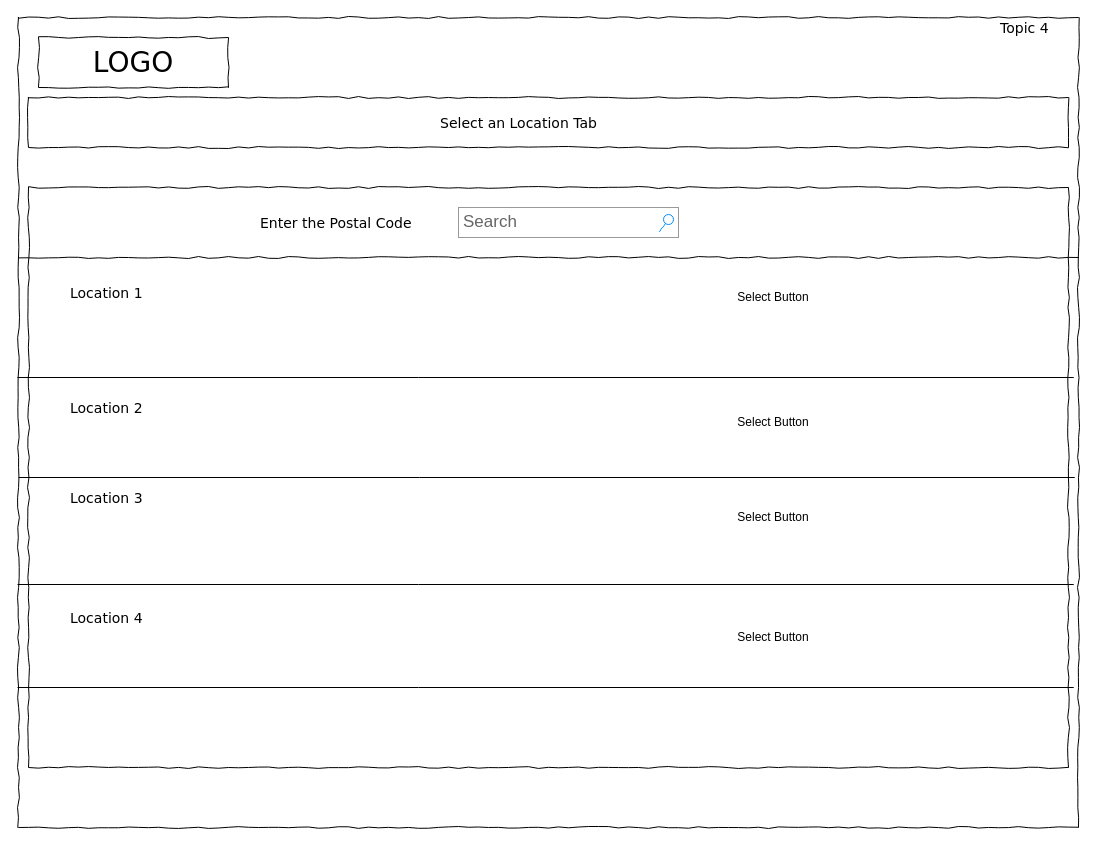
Earlier version of the draw.io diagram Select an Location.drawio (Janani-Manoharan/CovidDots). Source tidied: cells renumbered, new cells numbered last; positions are measured from the earlier drawing's top-left corner, leaving out a move shared by most shapes. Both pictures are drawn from the tidied source at 100%, with x=0, y=0 at pixel (17, 17).
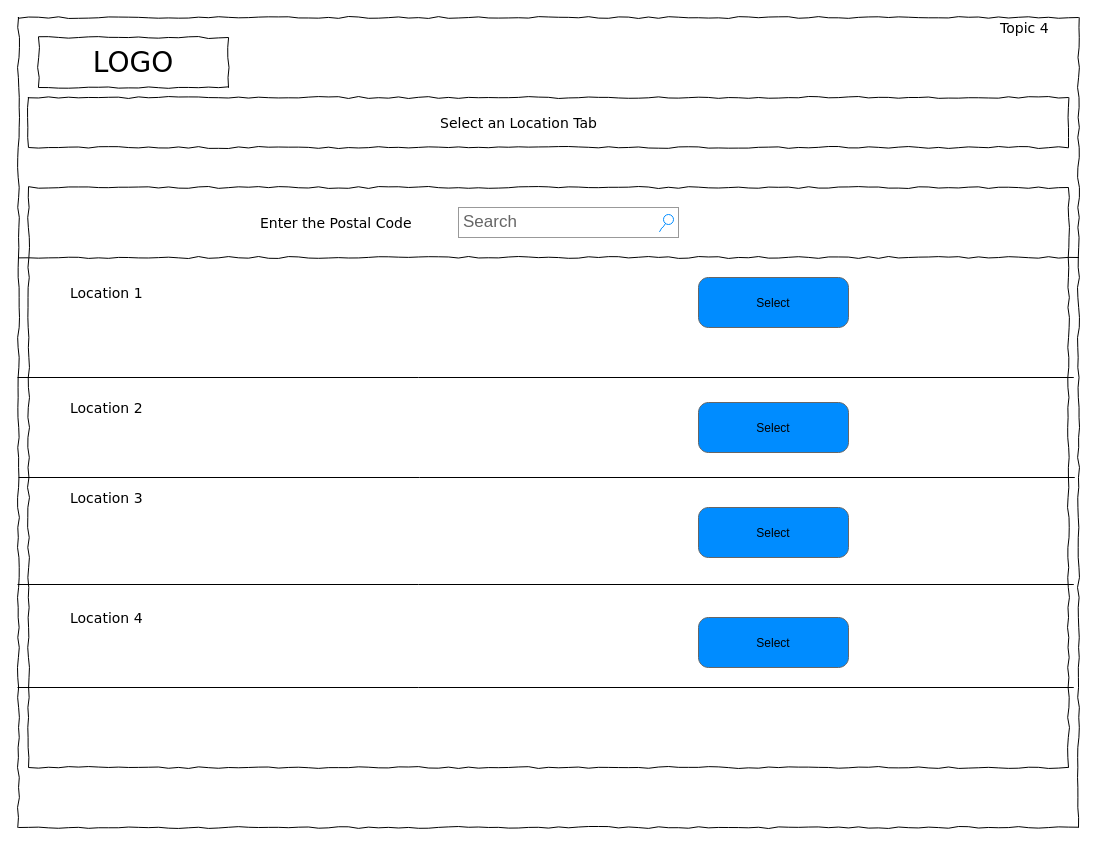
After the change.

Diff of the diagram source:
```diff
@@
-    <mxCell id="19" value="Select Button" style="text;html=1;strokeColor=none;fillColor=none;align=center;verticalAlign=middle;whiteSpace=wrap;rounded=0;" parent="1" vertex="1">
-      <mxGeometry x="681" y="270" width="150" height="20" as="geometry" />
-    </mxCell>
-    <mxCell id="20" value="Select Button" style="text;html=1;strokeColor=none;fillColor=none;align=center;verticalAlign=middle;whiteSpace=wrap;rounded=0;" parent="1" vertex="1">
-      <mxGeometry x="681" y="395" width="150" height="20" as="geometry" />
-    </mxCell>
-    <mxCell id="21" value="Select Button" style="text;html=1;strokeColor=none;fillColor=none;align=center;verticalAlign=middle;whiteSpace=wrap;rounded=0;" parent="1" vertex="1">
-      <mxGeometry x="681" y="610" width="150" height="20" as="geometry" />
-    </mxCell>
-    <mxCell id="22" value="Select Button" style="text;html=1;strokeColor=none;fillColor=none;align=center;verticalAlign=middle;whiteSpace=wrap;rounded=0;" parent="1" vertex="1">
-      <mxGeometry x="681" y="490" width="150" height="20" as="geometry" />
-    </mxCell>
+    <mxCell id="23" value="&lt;span style=&quot;color: rgb(0 , 0 , 0) ; font-size: 12px ; font-weight: 400&quot;&gt;Select&lt;/span&gt;" style="strokeWidth=1;shadow=0;dashed=0;align=center;html=1;shape=mxgraph.mockup.buttons.button;strokeColor=#666666;fontColor=#ffffff;mainText=;buttonStyle=round;fontSize=17;fontStyle=1;fillColor=#008cff;whiteSpace=wrap;" parent="1" vertex="1">
+      <mxGeometry x="681" y="260" width="150" height="50" as="geometry" />
+    </mxCell>
+    <mxCell id="24" value="&lt;span style=&quot;color: rgb(0 , 0 , 0) ; font-size: 12px ; font-weight: 400&quot;&gt;Select&lt;/span&gt;" style="strokeWidth=1;shadow=0;dashed=0;align=center;html=1;shape=mxgraph.mockup.buttons.button;strokeColor=#666666;fontColor=#ffffff;mainText=;buttonStyle=round;fontSize=17;fontStyle=1;fillColor=#008cff;whiteSpace=wrap;" parent="1" vertex="1">
+      <mxGeometry x="681" y="385" width="150" height="50" as="geometry" />
+    </mxCell>
+    <mxCell id="25" value="&lt;span style=&quot;color: rgb(0 , 0 , 0) ; font-size: 12px ; font-weight: 400&quot;&gt;Select&lt;/span&gt;" style="strokeWidth=1;shadow=0;dashed=0;align=center;html=1;shape=mxgraph.mockup.buttons.button;strokeColor=#666666;fontColor=#ffffff;mainText=;buttonStyle=round;fontSize=17;fontStyle=1;fillColor=#008cff;whiteSpace=wrap;" parent="1" vertex="1">
+      <mxGeometry x="681" y="490" width="150" height="50" as="geometry" />
+    </mxCell>
+    <mxCell id="26" value="&lt;span style=&quot;color: rgb(0 , 0 , 0) ; font-size: 12px ; font-weight: 400&quot;&gt;Select&lt;/span&gt;" style="strokeWidth=1;shadow=0;dashed=0;align=center;html=1;shape=mxgraph.mockup.buttons.button;strokeColor=#666666;fontColor=#ffffff;mainText=;buttonStyle=round;fontSize=17;fontStyle=1;fillColor=#008cff;whiteSpace=wrap;" parent="1" vertex="1">
+      <mxGeometry x="681" y="600" width="150" height="50" as="geometry" />
+    </mxCell>
```
